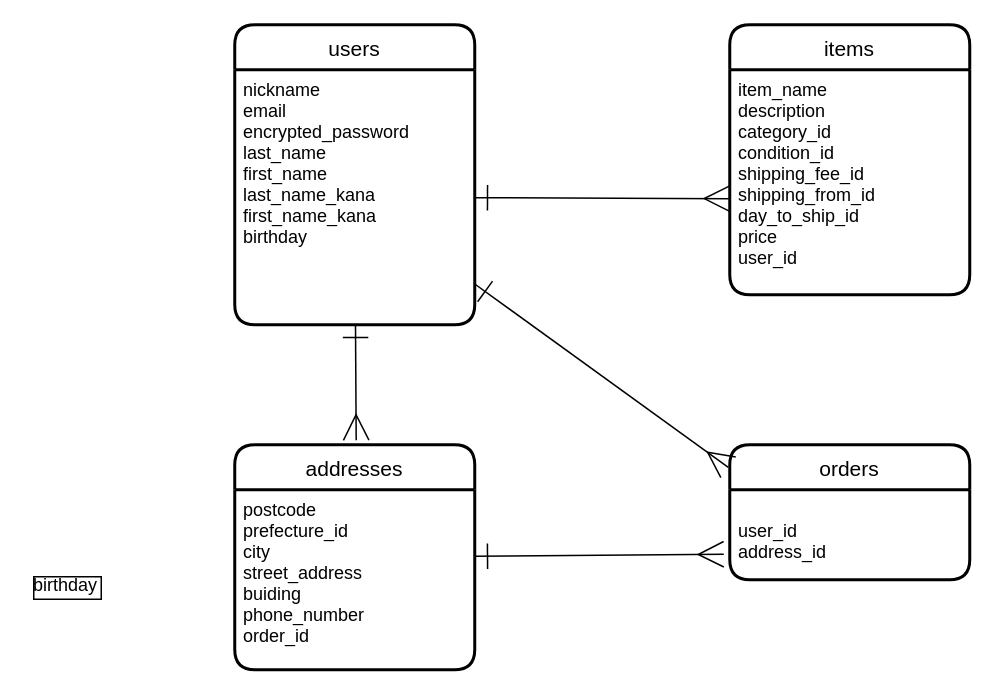
mayachacha/furima-39670 keeps this draw.io diagram as ER.dio. Above is the earlier version. Source tidied: cells renumbered, new cells numbered last; positions are measured from the earlier drawing's top-left corner, leaving out a move shared by most shapes. Both pictures are drawn from the tidied source at 150%, with x=0, y=0 at pixel (24, 24).
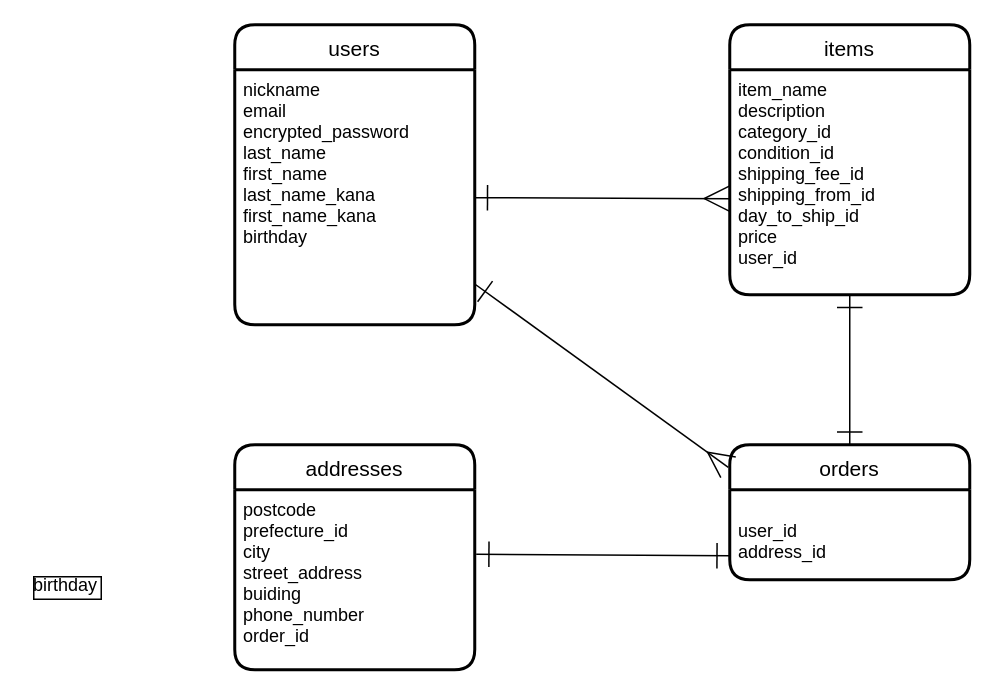
After the change.

Commit message (it also covers changes not shown here):
データベース設計 4回目

What changed in the source:
```diff
@@
 <mxGraphModel>
   <root>
     <mxCell id="0" />
     <mxCell id="1" parent="0" />
     <mxCell id="2" value="birthday" style="text;strokeColor=none;fillColor=none;spacingLeft=4;spacingRight=4;overflow=hidden;fontSize=12;labelBorderColor=default;" parent="1" vertex="1">
       <mxGeometry y="360" width="140" height="30" as="geometry" />
     </mxCell>
     <mxCell id="3" value="users" style="swimlane;horizontal=1;startSize=30;rounded=1;fontSize=14;fontStyle=0;strokeWidth=2;shadow=0;dashed=0;align=center;" parent="1" vertex="1">
       <mxGeometry x="140" width="160" height="200" as="geometry" />
     </mxCell>
     <mxCell id="4" value="nickname&#10;email&#10;encrypted_password&#10;last_name&#10;first_name&#10;last_name_kana&#10;first_name_kana&#10;birthday&#10;" style="align=left;strokeColor=none;fillColor=none;spacingLeft=4;fontSize=12;verticalAlign=top;" parent="3" vertex="1">
       <mxGeometry y="30" width="160" height="170" as="geometry" />
     </mxCell>
-    <mxCell id="5" style="edgeStyle=none;html=1;entryX=-0.025;entryY=0.717;entryDx=0;entryDy=0;entryPerimeter=0;startArrow=ERone;startFill=0;endArrow=ERmany;endFill=0;startSize=15;endSize=15;" parent="1" edge="1" source="6" target="9">
+    <mxCell id="5" style="edgeStyle=none;html=1;startArrow=ERone;startFill=0;endArrow=ERone;endFill=0;startSize=15;endSize=15;exitX=1.006;exitY=0.358;exitDx=0;exitDy=0;exitPerimeter=0;entryX=0;entryY=0.733;entryDx=0;entryDy=0;entryPerimeter=0;" parent="1" edge="1" source="7" target="9">
       <mxGeometry relative="1" as="geometry" />
     </mxCell>
     <mxCell id="6" value="addresses" style="swimlane;horizontal=1;startSize=30;rounded=1;fontSize=14;fontStyle=0;strokeWidth=2;shadow=0;dashed=0;align=center;" parent="1" vertex="1">
       <mxGeometry x="140" y="280" width="160" height="150" as="geometry" />
     </mxCell>
     <mxCell id="7" value="postcode&#10;prefecture_id&#10;city&#10;street_address&#10;buiding&#10;phone_number&#10;order_id" style="align=left;strokeColor=none;fillColor=none;spacingLeft=4;fontSize=12;verticalAlign=top;" parent="6" vertex="1">
       <mxGeometry y="30" width="160" height="120" as="geometry" />
     </mxCell>
     <mxCell id="8" value="orders" style="swimlane;horizontal=1;startSize=30;rounded=1;fontSize=14;fontStyle=0;strokeWidth=2;shadow=0;dashed=0;align=center;" parent="1" vertex="1">
       <mxGeometry x="470" y="280" width="160" height="90" as="geometry" />
     </mxCell>
     <mxCell id="9" value="&#10;user_id&#10;address_id" style="align=left;strokeColor=none;fillColor=none;spacingLeft=4;fontSize=12;verticalAlign=top;" parent="8" vertex="1">
       <mxGeometry y="30" width="160" height="60" as="geometry" />
     </mxCell>
     <mxCell id="10" value="items" style="swimlane;horizontal=1;startSize=30;rounded=1;fontSize=14;fontStyle=0;strokeWidth=2;shadow=0;dashed=0;align=center;" parent="1" vertex="1">
       <mxGeometry x="470" width="160" height="180" as="geometry" />
     </mxCell>
     <mxCell id="11" value="item_name&#10;description&#10;category_id&#10;condition_id&#10;shipping_fee_id&#10;shipping_from_id&#10;day_to_ship_id&#10;price&#10;user_id&#10;" style="align=left;strokeColor=none;fillColor=none;spacingLeft=4;fontSize=12;verticalAlign=top;" parent="10" vertex="1">
       <mxGeometry y="30" width="160" height="150" as="geometry" />
     </mxCell>
     <mxCell id="12" style="edgeStyle=none;html=1;endArrow=ERmany;endFill=0;entryX=0;entryY=0.573;entryDx=0;entryDy=0;entryPerimeter=0;endSize=15;startSize=15;startArrow=ERone;startFill=0;" parent="1" edge="1" source="4" target="11">
       <mxGeometry relative="1" as="geometry" />
     </mxCell>
     <mxCell id="13" style="edgeStyle=none;html=1;entryX=-0.006;entryY=0.167;entryDx=0;entryDy=0;entryPerimeter=0;startArrow=ERone;startFill=0;endArrow=ERmany;endFill=0;startSize=15;endSize=15;" parent="1" edge="1" source="4" target="8">
       <mxGeometry relative="1" as="geometry" />
     </mxCell>
-    <mxCell id="14" style="edgeStyle=none;html=1;startArrow=ERone;startFill=0;endArrow=ERmany;endFill=0;startSize=15;endSize=15;entryX=0.506;entryY=-0.02;entryDx=0;entryDy=0;entryPerimeter=0;" parent="1" edge="1" source="4" target="6">
-      <mxGeometry relative="1" as="geometry" />
-    </mxCell>
+    <mxCell id="15" style="edgeStyle=none;html=1;startArrow=ERone;startFill=0;endArrow=ERone;endFill=0;startSize=15;endSize=15;" parent="1" edge="1" source="11">
+      <mxGeometry relative="1" as="geometry">
+        <mxPoint x="550" y="280" as="targetPoint" />
+      </mxGeometry>
+    </mxCell>
   </root>
 </mxGraphModel>
```
